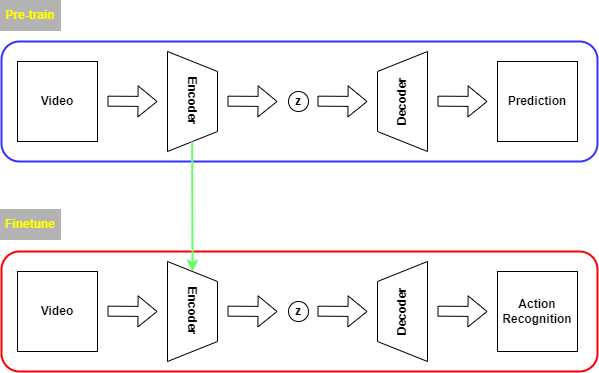
The draw.io diagram explain using only draw.png in Kyoungrae-Noh/Self-Supervised-Learning, before a commit. Source tidied: cells renumbered, new cells last; positions are measured from the earlier drawing's top-left corner, leaving out a move shared by most shapes.
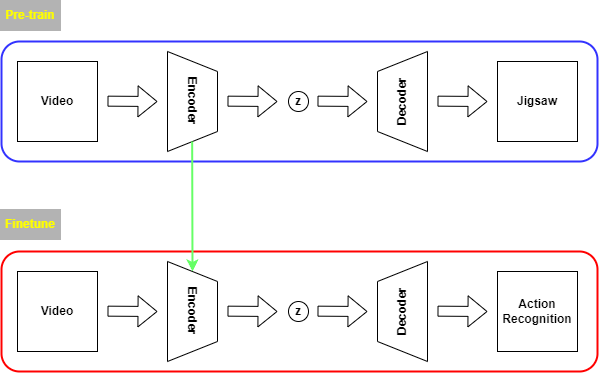
Later version of the same file.

The edit, as a diff of the source:
```diff
@@ -47,7 +47,7 @@
         <mxPoint x="487" y="101" as="targetPoint" />
       </mxGeometry>
     </mxCell>
-    <mxCell id="13" value="&lt;font color=&quot;#000000&quot;&gt;&lt;b&gt;Prediction&lt;/b&gt;&lt;/font&gt;" style="whiteSpace=wrap;html=1;strokeColor=#000000;fontColor=#FFFF00;fillColor=#FFFFFF;" parent="1" vertex="1">
+    <mxCell id="13" value="&lt;font color=&quot;#000000&quot;&gt;&lt;b&gt;Jigsaw&lt;/b&gt;&lt;/font&gt;" style="whiteSpace=wrap;html=1;strokeColor=#000000;fontColor=#FFFF00;fillColor=#FFFFFF;" parent="1" vertex="1">
       <mxGeometry x="497" y="61" width="80" height="80" as="geometry" />
     </mxCell>
     <mxCell id="14" style="rounded=1;whiteSpace=wrap;html=1;strokeColor=#FF0000;fontColor=#FFFF00;fillColor=none;strokeWidth=2;" parent="1" vertex="1">
```
